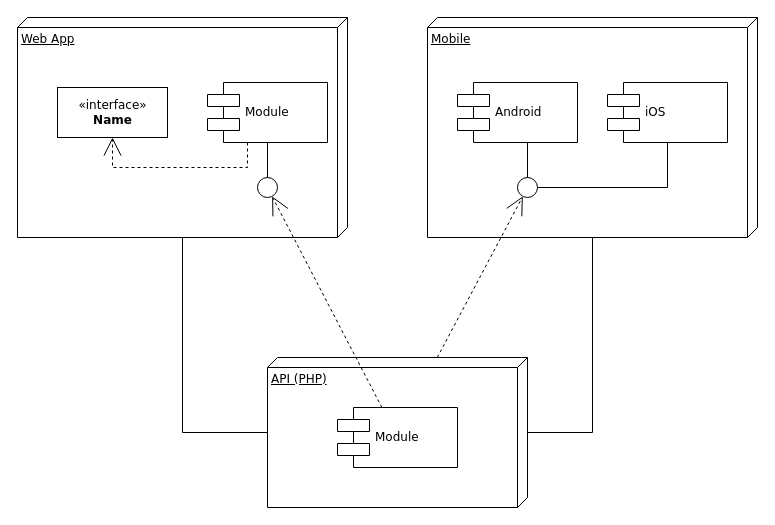
cephydex/archdiags keeps this draw.io diagram as Untitled Diagram.drawio. Above is the earlier version. Source tidied: cells renumbered, new cells numbered last; positions are measured from the earlier drawing's top-left corner, leaving out a move shared by most shapes. Both pictures are drawn from the tidied source at 100%, with x=0, y=0 at pixel (17, 17).
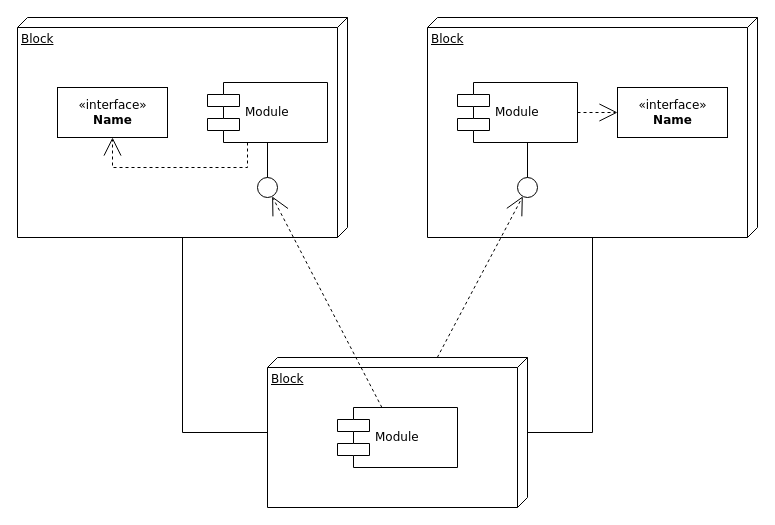
The same diagram, later.

The change refers to these unchanged cells:
```xml
<mxCell id="9" style="ellipse;whiteSpace=wrap;html=1;rounded=0;shadow=0;comic=0;labelBackgroundColor=none;strokeWidth=1;fontFamily=Verdana;fontSize=12;align=center;" parent="1" vertex="1">
  <mxGeometry x="500" y="160" width="20" height="20" as="geometry" />
</mxCell>
```

Diff of the diagram source:
```diff
@@
-    <mxCell id="2" value="Web App" style="verticalAlign=top;align=left;spacingTop=8;spacingLeft=2;spacingRight=12;shape=cube;size=10;direction=south;fontStyle=4;html=1;rounded=0;shadow=0;comic=0;labelBackgroundColor=none;strokeWidth=1;fontFamily=Verdana;fontSize=12;" parent="1" vertex="1">
+    <mxCell id="2" value="Block" style="verticalAlign=top;align=left;spacingTop=8;spacingLeft=2;spacingRight=12;shape=cube;size=10;direction=south;fontStyle=4;html=1;rounded=0;shadow=0;comic=0;labelBackgroundColor=none;strokeWidth=1;fontFamily=Verdana;fontSize=12;" parent="1" vertex="1">
       <mxGeometry width="330" height="220" as="geometry" />
     </mxCell>
-    <mxCell id="3" value="Mobile" style="verticalAlign=top;align=left;spacingTop=8;spacingLeft=2;spacingRight=12;shape=cube;size=10;direction=south;fontStyle=4;html=1;rounded=0;shadow=0;comic=0;labelBackgroundColor=none;strokeWidth=1;fontFamily=Verdana;fontSize=12;" parent="1" vertex="1">
+    <mxCell id="3" value="Block" style="verticalAlign=top;align=left;spacingTop=8;spacingLeft=2;spacingRight=12;shape=cube;size=10;direction=south;fontStyle=4;html=1;rounded=0;shadow=0;comic=0;labelBackgroundColor=none;strokeWidth=1;fontFamily=Verdana;fontSize=12;" parent="1" vertex="1">
       <mxGeometry x="410" width="330" height="220" as="geometry" />
     </mxCell>
-    <mxCell id="4" value="API (PHP)" style="verticalAlign=top;align=left;spacingTop=8;spacingLeft=2;spacingRight=12;shape=cube;size=10;direction=south;fontStyle=4;html=1;rounded=0;shadow=0;comic=0;labelBackgroundColor=none;strokeWidth=1;fontFamily=Verdana;fontSize=12;" parent="1" vertex="1">
+    <mxCell id="4" value="Block" style="verticalAlign=top;align=left;spacingTop=8;spacingLeft=2;spacingRight=12;shape=cube;size=10;direction=south;fontStyle=4;html=1;rounded=0;shadow=0;comic=0;labelBackgroundColor=none;strokeWidth=1;fontFamily=Verdana;fontSize=12;" parent="1" vertex="1">
       <mxGeometry x="250" y="340" width="260" height="150" as="geometry" />
     </mxCell>
@@
-    <mxCell id="8" value="Android" style="shape=component;align=left;spacingLeft=36;rounded=0;shadow=0;comic=0;labelBackgroundColor=none;strokeWidth=1;fontFamily=Verdana;fontSize=12;html=1;" parent="1" vertex="1">
+    <mxCell id="8" value="Module" style="shape=component;align=left;spacingLeft=36;rounded=0;shadow=0;comic=0;labelBackgroundColor=none;strokeWidth=1;fontFamily=Verdana;fontSize=12;html=1;" parent="1" vertex="1">
       <mxGeometry x="440" y="65" width="120" height="60" as="geometry" />
     </mxCell>
+    <mxCell id="20" value="&amp;laquo;interface&amp;raquo;&lt;br&gt;&lt;b&gt;Name&lt;/b&gt;" style="html=1;rounded=0;shadow=0;comic=0;labelBackgroundColor=none;strokeWidth=1;fontFamily=Verdana;fontSize=12;align=center;" parent="1" vertex="1">
+      <mxGeometry x="600" y="70" width="110" height="50" as="geometry" />
+    </mxCell>
@@
+    <mxCell id="21" style="edgeStyle=orthogonalEdgeStyle;rounded=0;html=1;dashed=1;labelBackgroundColor=none;startArrow=none;startFill=0;startSize=8;endArrow=open;endFill=0;endSize=16;fontFamily=Verdana;fontSize=12;" parent="1" edge="1" source="8" target="20">
+      <mxGeometry relative="1" as="geometry" />
+    </mxCell>
@@
-    <mxCell id="18" value="iOS" style="shape=component;align=left;spacingLeft=36;rounded=0;shadow=0;comic=0;labelBackgroundColor=none;strokeWidth=1;fontFamily=Verdana;fontSize=12;html=1;" parent="1" vertex="1">
-      <mxGeometry x="590" y="65" width="120" height="60" as="geometry" />
-    </mxCell>
-    <mxCell id="19" style="edgeStyle=elbowEdgeStyle;rounded=0;html=1;labelBackgroundColor=none;startArrow=none;startFill=0;startSize=8;endArrow=none;endFill=0;endSize=16;fontFamily=Verdana;fontSize=12;entryX=0.5;entryY=1;entryDx=0;entryDy=0;" parent="1" edge="1" source="9" target="18">
-      <mxGeometry relative="1" as="geometry">
-        <Array as="points">
-          <mxPoint x="650" y="150" />
-        </Array>
-      </mxGeometry>
-    </mxCell>
```
